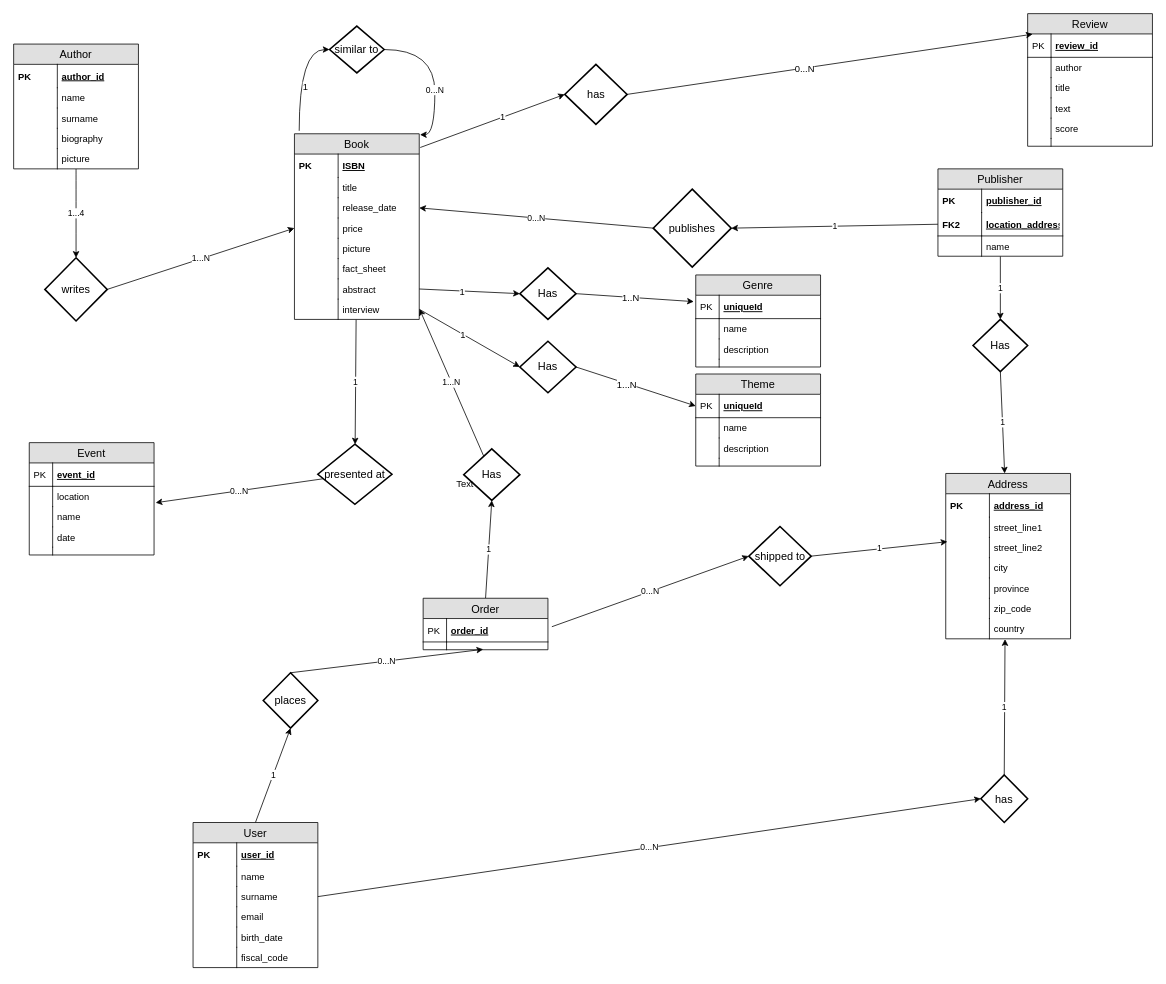
malta895/hypermedia-project keeps this draw.io diagram as other/er_diagram/ER.drawio. Above is the earlier version. Source tidied: cells renumbered, new cells numbered last; positions are measured from the earlier drawing's top-left corner, leaving out a move shared by most shapes. Both pictures are drawn from the tidied source at 78%, with x=0, y=0 at pixel (13, 13).
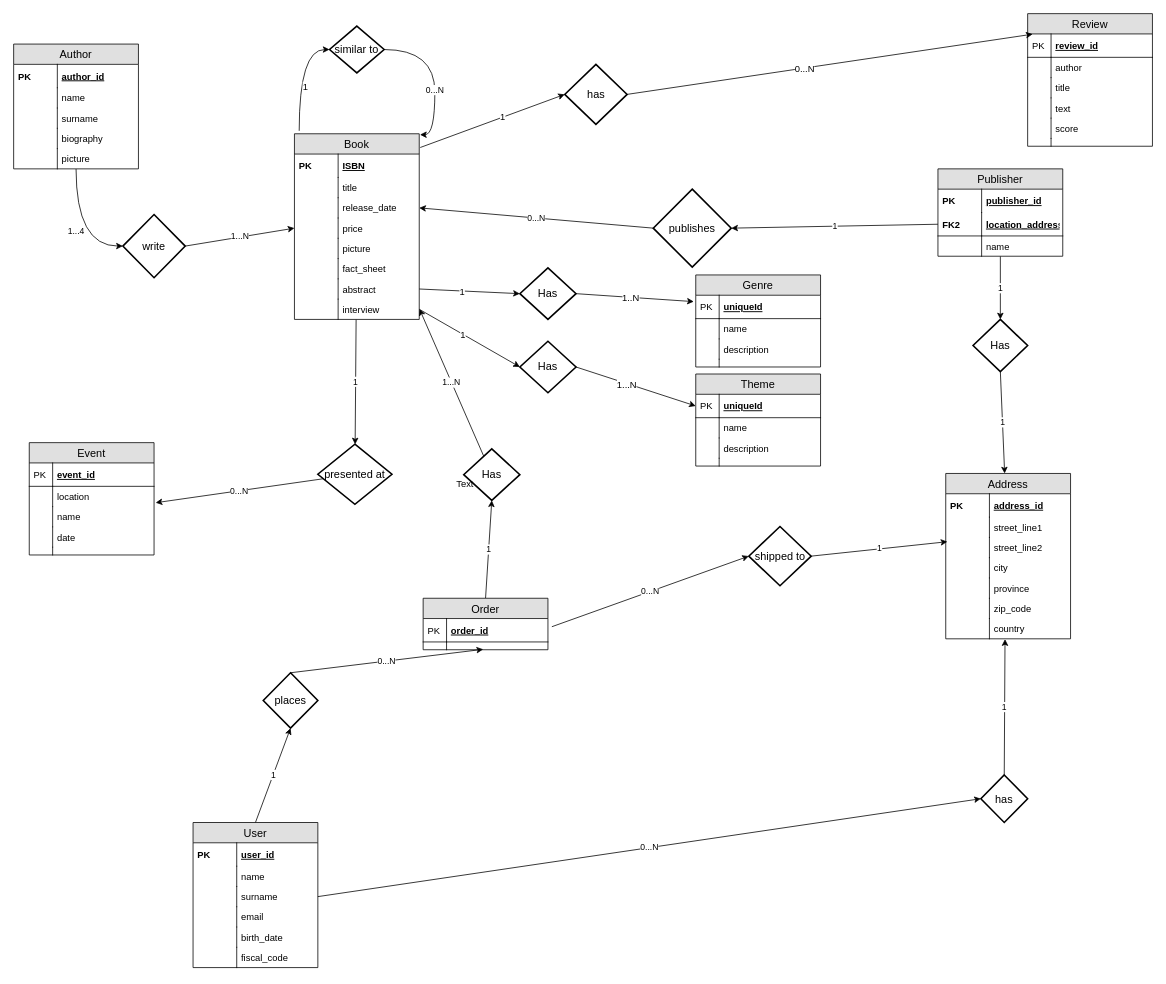
After the change.

Unchanged cells that the change refers to:
```xml
<mxCell id="58" value="Author" style="swimlane;fontStyle=0;horizontal=1;startSize=26;fillColor=#e0e0e0;swimlaneFillColor=#ffffff;align=center;fontSize=14;" parent="1" vertex="1">
  <mxGeometry y="39" width="160" height="160" as="geometry" />
</mxCell>
```

The edit, as a diff of the source:
```diff
@@
-    <mxCell id="57" value="1...4" style="edgeStyle=orthogonalEdgeStyle;curved=1;rounded=0;jettySize=auto;html=1;entryX=0.5;entryY=0;entryDx=0;entryDy=0;startArrow=none;startFill=0;endArrow=classic;endFill=1;" parent="1" edge="1" source="58" target="94">
+    <mxCell id="57" value="1...4" style="edgeStyle=orthogonalEdgeStyle;curved=1;rounded=0;jettySize=auto;html=1;entryX=0;entryY=0.5;entryDx=0;entryDy=0;startArrow=none;startFill=0;endArrow=classic;endFill=1;" parent="1" edge="1" source="58" target="94">
       <mxGeometry relative="1" as="geometry" />
     </mxCell>
@@
-    <mxCell id="94" value="writes&lt;br&gt;" style="shape=rhombus;strokeWidth=2;fontSize=17;perimeter=rhombusPerimeter;whiteSpace=wrap;html=1;align=center;fontSize=14;" parent="1" vertex="1">
-      <mxGeometry x="40" y="313" width="80" height="81" as="geometry" />
+    <mxCell id="94" value="write&lt;br&gt;" style="shape=rhombus;strokeWidth=2;fontSize=17;perimeter=rhombusPerimeter;whiteSpace=wrap;html=1;align=center;fontSize=14;" parent="1" vertex="1">
+      <mxGeometry x="140" y="257.5" width="80" height="81" as="geometry" />
     </mxCell>
```
